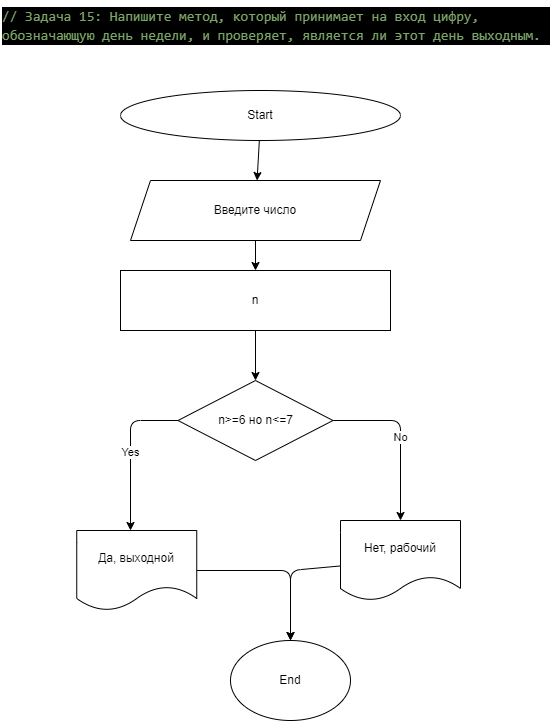
This is Less2/HW/task15/diagram.drawio.png from BPlotinskiy/dotnet, a draw.io export, as it was before one commit. Source tidied: cells renumbered, new cells last; positions are measured from the earlier drawing's top-left corner, leaving out a move shared by most shapes.
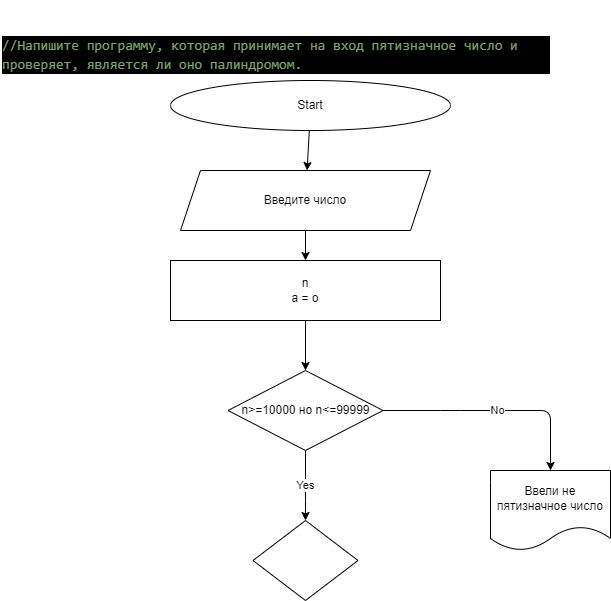
Above is the later version.

The edit, as a diff of the source:
```diff
@@ -2,9 +2,6 @@
   <root>
     <mxCell id="0" />
     <mxCell id="1" parent="0" />
-    <mxCell id="2" value="&lt;div style=&quot;color: rgb(255 , 255 , 255) ; background-color: rgb(0 , 0 , 0) ; font-family: &amp;#34;consolas&amp;#34; , &amp;#34;courier new&amp;#34; , monospace ; font-size: 14px ; line-height: 19px&quot;&gt;&lt;div style=&quot;font-family: &amp;#34;consolas&amp;#34; , &amp;#34;courier new&amp;#34; , monospace ; line-height: 19px&quot;&gt;&lt;div style=&quot;font-family: &amp;#34;consolas&amp;#34; , &amp;#34;courier new&amp;#34; , monospace ; line-height: 19px&quot;&gt;&lt;span style=&quot;color: #7ca668&quot;&gt;// Задача 15: Напишите метод, который принимает на вход цифру, обозначающую день недели, и проверяет, является ли этот день выходным.&lt;/span&gt;&lt;/div&gt;&lt;/div&gt;&lt;/div&gt;" style="text;whiteSpace=wrap;html=1;" parent="1" vertex="1">
-      <mxGeometry width="550" height="40" as="geometry" />
-    </mxCell>
     <mxCell id="3" style="edgeStyle=none;html=1;" parent="1" edge="1" source="4" target="6">
       <mxGeometry relative="1" as="geometry" />
     </mxCell>
@@ -20,14 +17,13 @@
     <mxCell id="7" style="edgeStyle=none;html=1;" parent="1" edge="1" source="8" target="11">
       <mxGeometry relative="1" as="geometry" />
     </mxCell>
-    <mxCell id="8" value="n&lt;br&gt;" style="rounded=0;whiteSpace=wrap;html=1;" parent="1" vertex="1">
+    <mxCell id="8" value="n&lt;br&gt;a = o" style="rounded=0;whiteSpace=wrap;html=1;" parent="1" vertex="1">
       <mxGeometry x="120" y="270" width="270" height="60" as="geometry" />
     </mxCell>
-    <mxCell id="9" value="Yes" style="edgeStyle=none;html=1;" parent="1" edge="1" source="11">
+    <mxCell id="9" value="Yes" style="edgeStyle=none;html=1;" parent="1" edge="1" source="11" target="18">
       <mxGeometry relative="1" as="geometry">
-        <mxPoint x="130" y="530" as="targetPoint" />
         <Array as="points">
-          <mxPoint x="130" y="420" />
+          <mxPoint x="255" y="510" />
         </Array>
       </mxGeometry>
     </mxCell>
@@ -35,34 +31,21 @@
       <mxGeometry relative="1" as="geometry">
         <Array as="points">
           <mxPoint x="400" y="420" />
+          <mxPoint x="500" y="420" />
         </Array>
       </mxGeometry>
     </mxCell>
-    <mxCell id="11" value="n&amp;gt;=6 но n&amp;lt;=7" style="rhombus;whiteSpace=wrap;html=1;rounded=0;" parent="1" vertex="1">
+    <mxCell id="11" value="n&amp;gt;=10000 но n&amp;lt;=99999" style="rhombus;whiteSpace=wrap;html=1;rounded=0;" parent="1" vertex="1">
       <mxGeometry x="177.5" y="380" width="155" height="80" as="geometry" />
     </mxCell>
-    <mxCell id="12" value="End" style="ellipse;whiteSpace=wrap;html=1;" parent="1" vertex="1">
-      <mxGeometry x="230" y="640" width="120" height="80" as="geometry" />
-    </mxCell>
-    <mxCell id="13" style="edgeStyle=none;html=1;" parent="1" edge="1" source="14" target="12">
-      <mxGeometry relative="1" as="geometry">
-        <Array as="points">
-          <mxPoint x="290" y="570" />
-        </Array>
-      </mxGeometry>
-    </mxCell>
-    <mxCell id="14" value="Да, выходной" style="shape=document;whiteSpace=wrap;html=1;boundedLbl=1;rounded=0;" parent="1" vertex="1">
-      <mxGeometry x="76.2" y="530" width="120" height="80" as="geometry" />
-    </mxCell>
-    <mxCell id="15" style="edgeStyle=none;html=1;entryX=0.5;entryY=0;entryDx=0;entryDy=0;" parent="1" edge="1" source="16" target="12">
-      <mxGeometry relative="1" as="geometry">
-        <Array as="points">
-          <mxPoint x="290" y="570" />
-        </Array>
-      </mxGeometry>
-    </mxCell>
-    <mxCell id="16" value="Нет, рабочий" style="shape=document;whiteSpace=wrap;html=1;boundedLbl=1;" parent="1" vertex="1">
-      <mxGeometry x="340" y="520" width="120" height="80" as="geometry" />
+    <mxCell id="16" value="Ввели не пятизначное число" style="shape=document;whiteSpace=wrap;html=1;boundedLbl=1;" parent="1" vertex="1">
+      <mxGeometry x="440" y="480" width="120" height="80" as="geometry" />
     </mxCell>
+    <mxCell id="17" value="&#10;&#10;&lt;div style=&quot;color: rgb(255, 255, 255); background-color: rgb(0, 0, 0); font-family: consolas, &amp;quot;courier new&amp;quot;, monospace; font-weight: normal; font-size: 14px; line-height: 19px;&quot;&gt;&lt;div&gt;&lt;span style=&quot;color: #7ca668&quot;&gt;//Напишите программу, которая принимает на вход пятизначное число и проверяет, является ли оно палиндромом.&lt;/span&gt;&lt;/div&gt;&lt;/div&gt;&#10;&#10;" style="text;whiteSpace=wrap;html=1;" parent="1" vertex="1">
+      <mxGeometry x="-50" y="10" width="550" height="50" as="geometry" />
+    </mxCell>
+    <mxCell id="18" style="rhombus;whiteSpace=wrap;html=1;" parent="1" vertex="1">
+      <mxGeometry x="202.5" y="530" width="105" height="80" as="geometry" />
+    </mxCell>
   </root>
 </mxGraphModel>
```
